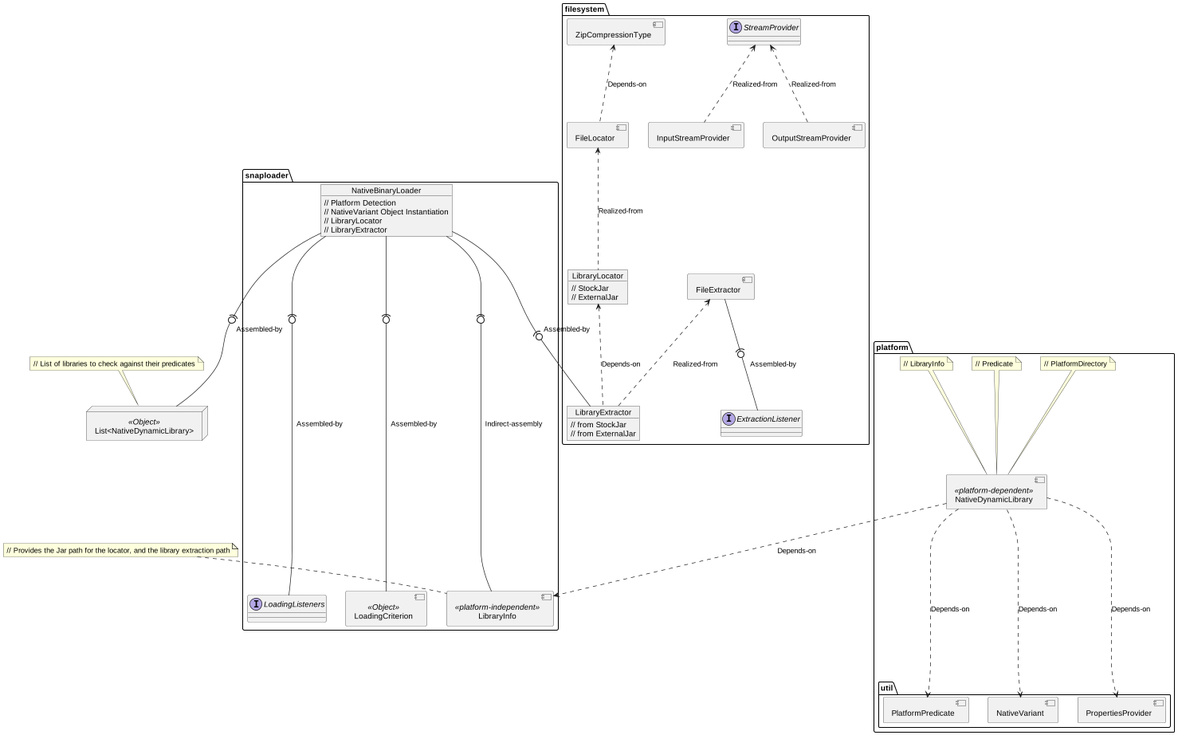
Electrostat-Lab/jSnapLoader keeps this PlantUML diagram as architecture/architectural-paradigm.png. Above is the earlier version. Source of this version:
```plantuml
@startuml

package platform {
    package util {
        component NativeVariant {
        }
        component PropertiesProvider {
        }
        component PlatformPredicate {
        }
    }
    component NativeDynamicLibrary <<platform-dependent>> {
    }
    note top of [NativeDynamicLibrary]: // PlatformDirectory
    note top of [NativeDynamicLibrary]: // Predicate
    note top of [NativeDynamicLibrary]: // LibraryInfo
}

node List<NativeDynamicLibrary> <<Object>> {
}

package snaploader {
    component LoadingCriterion <<Object>> {
    }
    interface LoadingListeners {
    }
    component LibraryInfo <<platform-independent>> {
    }

    object NativeBinaryLoader {
        // Platform Detection
        // NativeVariant Object Instantiation
        // LibraryLocator
        // LibraryExtractor
    }
}

package filesystem {
    component FileExtractor {
    }

    component FileLocator {
    }

    object LibraryExtractor {
        // from StockJar
        // from ExternalJar
    }

    object LibraryLocator {
        // StockJar
        // ExternalJar
    }

    component ZipCompressionType {
    }

    interface StreamProvider {
    }

    interface ExtractionListener {
    }

    component InputStreamProvider {
    }

    component OutputStreamProvider {
    }
}

NativeDynamicLibrary ..-> NativeVariant : Depends-on
NativeDynamicLibrary ..-> PropertiesProvider : Depends-on
NativeDynamicLibrary ..-> PlatformPredicate : Depends-on
NativeDynamicLibrary  ...> LibraryInfo : Depends-on


StreamProvider <-. InputStreamProvider : Realized-from
StreamProvider <-. OutputStreamProvider : Realized-from

FileExtractor <-. LibraryExtractor : Realized-from
FileExtractor -(0- ExtractionListener : Assembled-by
FileLocator <-. LibraryLocator : Realized-from
ZipCompressionType <-. FileLocator : Depends-on
LibraryLocator <.. LibraryExtractor : Depends-on

NativeBinaryLoader --(0-- LibraryExtractor : Assembled-by
NativeBinaryLoader --(0-- LoadingListeners : Assembled-by
NativeBinaryLoader --(0-- "List<NativeDynamicLibrary>" : Assembled-by
NativeBinaryLoader --(0-- LibraryInfo : Indirect-assembly
NativeBinaryLoader --(0-- LoadingCriterion : Assembled-by

note top of "List<NativeDynamicLibrary>": // List of libraries to check against their predicates
note top of "LibraryInfo": // Provides the Jar path for the locator, and the library extraction path


@enduml
```
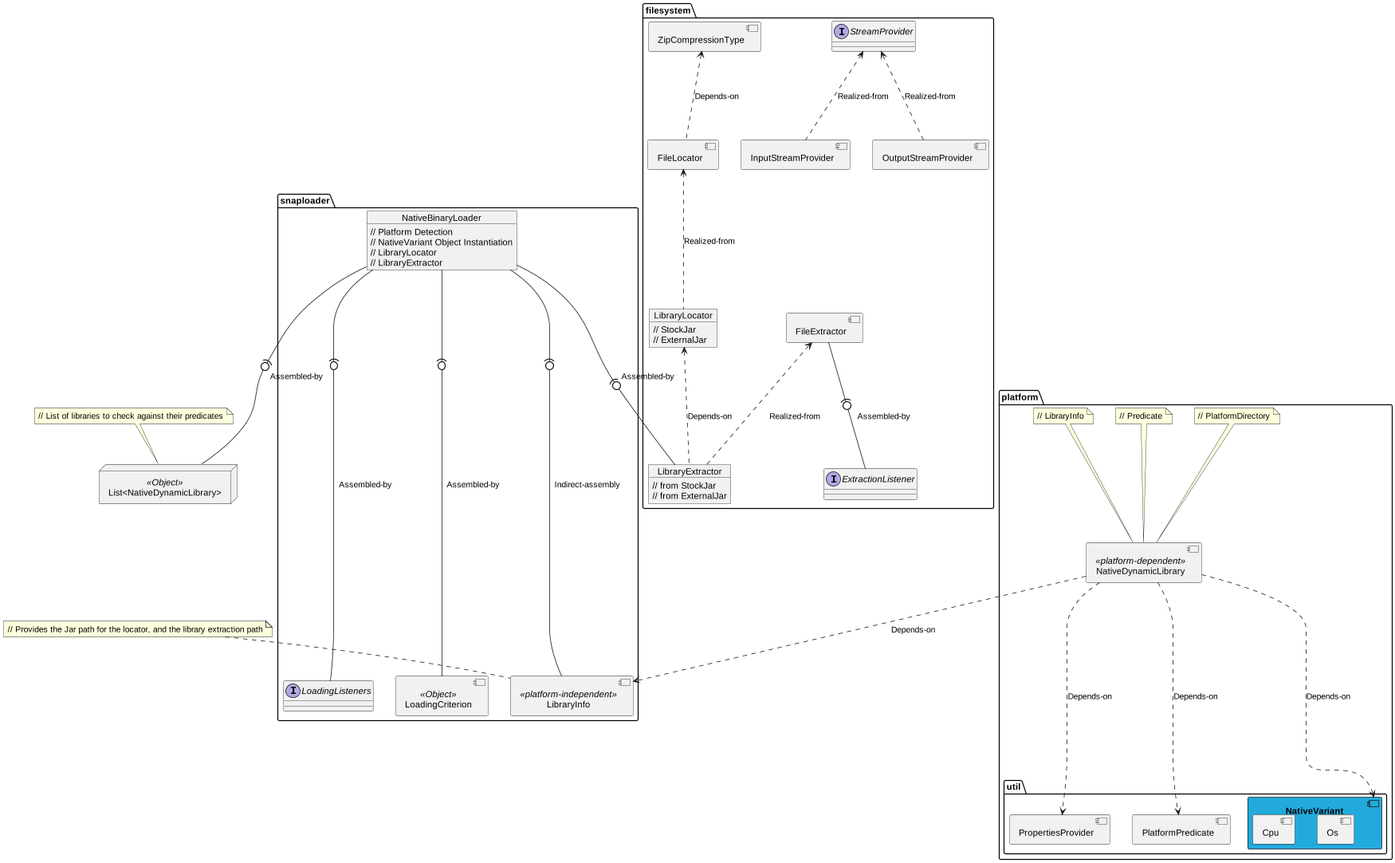
After the change.

Commit message:
architecture: applied API changes

What changed in the source:
```diff
@@ -2,7 +2,11 @@
 
 package platform {
     package util {
-        component NativeVariant {
+        component NativeVariant #22AADD {
+            component [Os] {
+            }
+            component [Cpu] {
+            }
         }
         component PropertiesProvider {
         }
```
